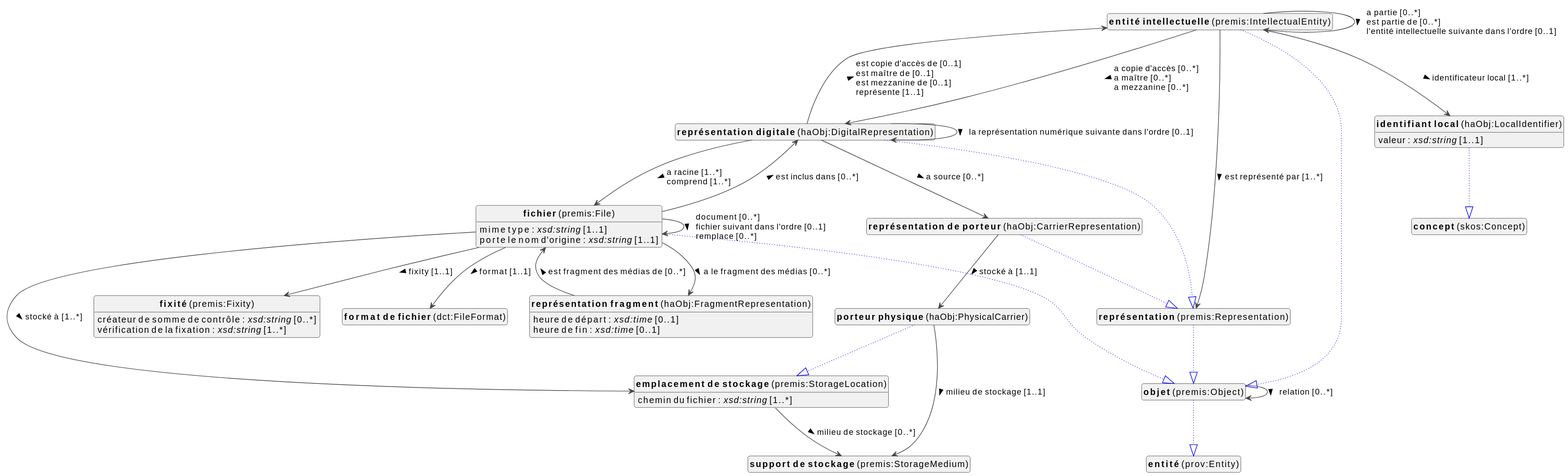
This is docs/metadata/knowledge-graph/0.0.1/object/fr/object-diagram.svg from viaacode/documentation-jekyll, a PlantUML export, as it was before one commit.
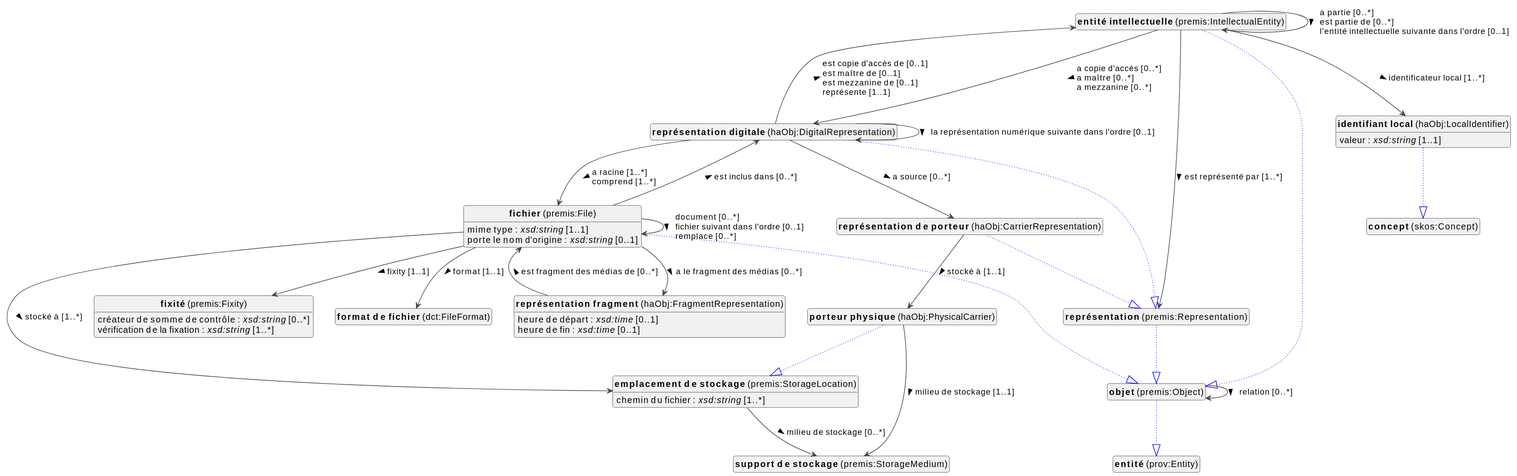
The same diagram one commit later.

The edit, as a diff of the source:
```diff
@@ -48,7 +48,7 @@
 
 premis_File : a une taille (du fichier) : <i>xsd:nonNegativeInteger</i> [1..1]
 premis_File : mime type : <i>xsd:string</i> [1..1]
-premis_File : porte le nom d'origine : <i>xsd:string</i> [1..1]
+premis_File : porte le nom d'origine : <i>xsd:string</i> [0..1]
 premis_File --> dct_FileFormat :format [1..1]  >
 premis_File --> haObj_DigitalRepresentation :est inclus dans [0..*]  >
 premis_File --> haObj_FragmentRepresentation :a le fragment des médias [0..*]  >
```
